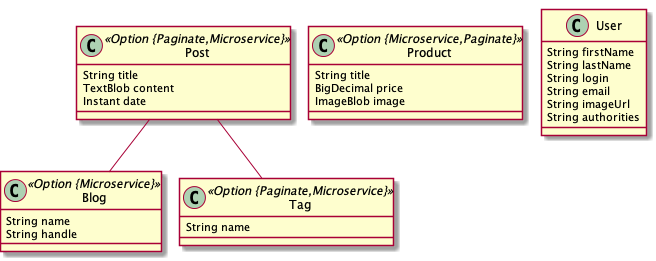
The PlantUML diagram jhipster-microservice/assets/microservices-blog-store.png in adhulappanavar/katacoda-scenarios, before a commit.
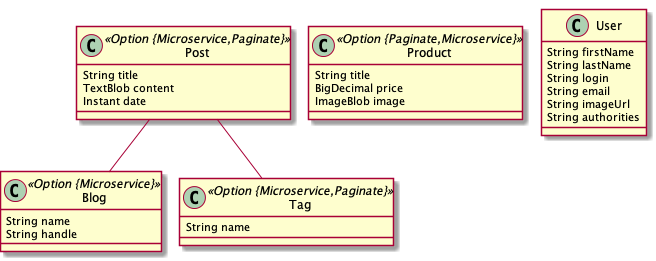
After the change.

What changed in the source:
```diff
@@ -5,15 +5,15 @@
 		String name
 		String handle
 	}
-	class Post <<Option {Paginate,Microservice}>> {
+	class Post <<Option {Microservice,Paginate}>> {
 		String title
 		TextBlob content
 		Instant date
 	}
-	class Tag <<Option {Paginate,Microservice}>> {
+	class Tag <<Option {Microservice,Paginate}>> {
 		String name
 	}
-	class Product <<Option {Microservice,Paginate}>> {
+	class Product <<Option {Paginate,Microservice}>> {
 		String title
 		BigDecimal price
 		ImageBlob image
```
